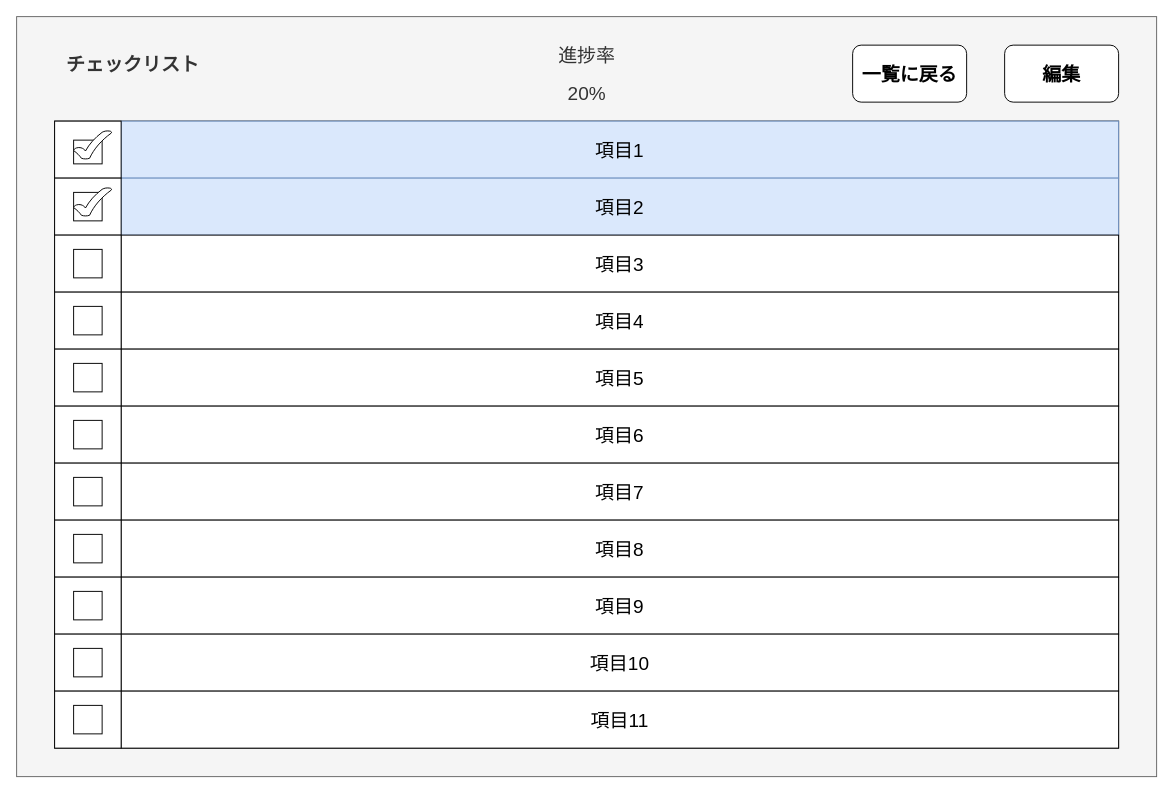
The draw.io diagram docs/チェックリスト画面.drawio in ottoman500/Chech_List_Maker, before the edit. Source tidied: cells renumbered, new cells numbered last; positions are measured from the earlier drawing's top-left corner, leaving out a move shared by most shapes. Both pictures are drawn from the tidied source at 95%, with x=0, y=0 at pixel (16, 16).
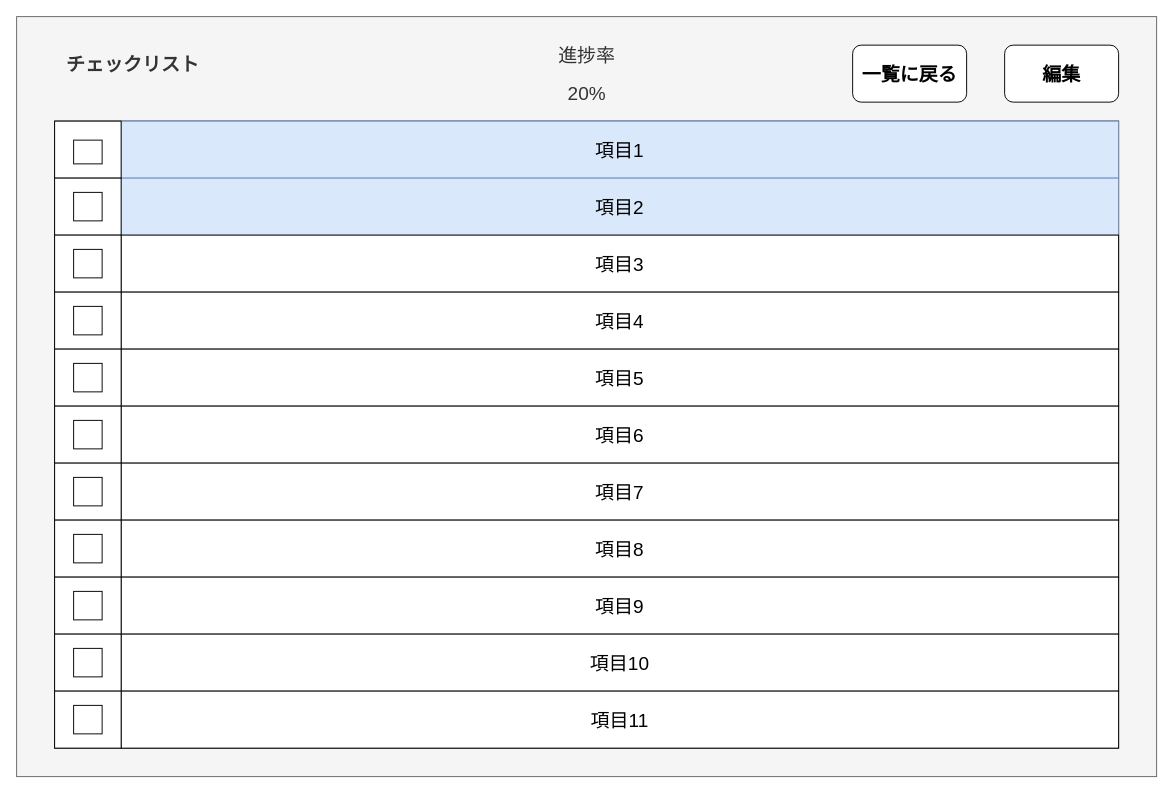
The same diagram, later.

The edit, as a diff of the source:
```diff
@@
-    <mxCell id="41" style="verticalLabelPosition=bottom;verticalAlign=top;html=1;shape=mxgraph.basic.tick;" parent="1" vertex="1">
-      <mxGeometry x="60" y="120" width="40" height="30" as="geometry" />
-    </mxCell>
-    <mxCell id="42" style="verticalLabelPosition=bottom;verticalAlign=top;html=1;shape=mxgraph.basic.tick;" parent="1" vertex="1">
-      <mxGeometry x="60" y="180" width="40" height="30" as="geometry" />
-    </mxCell>
```
